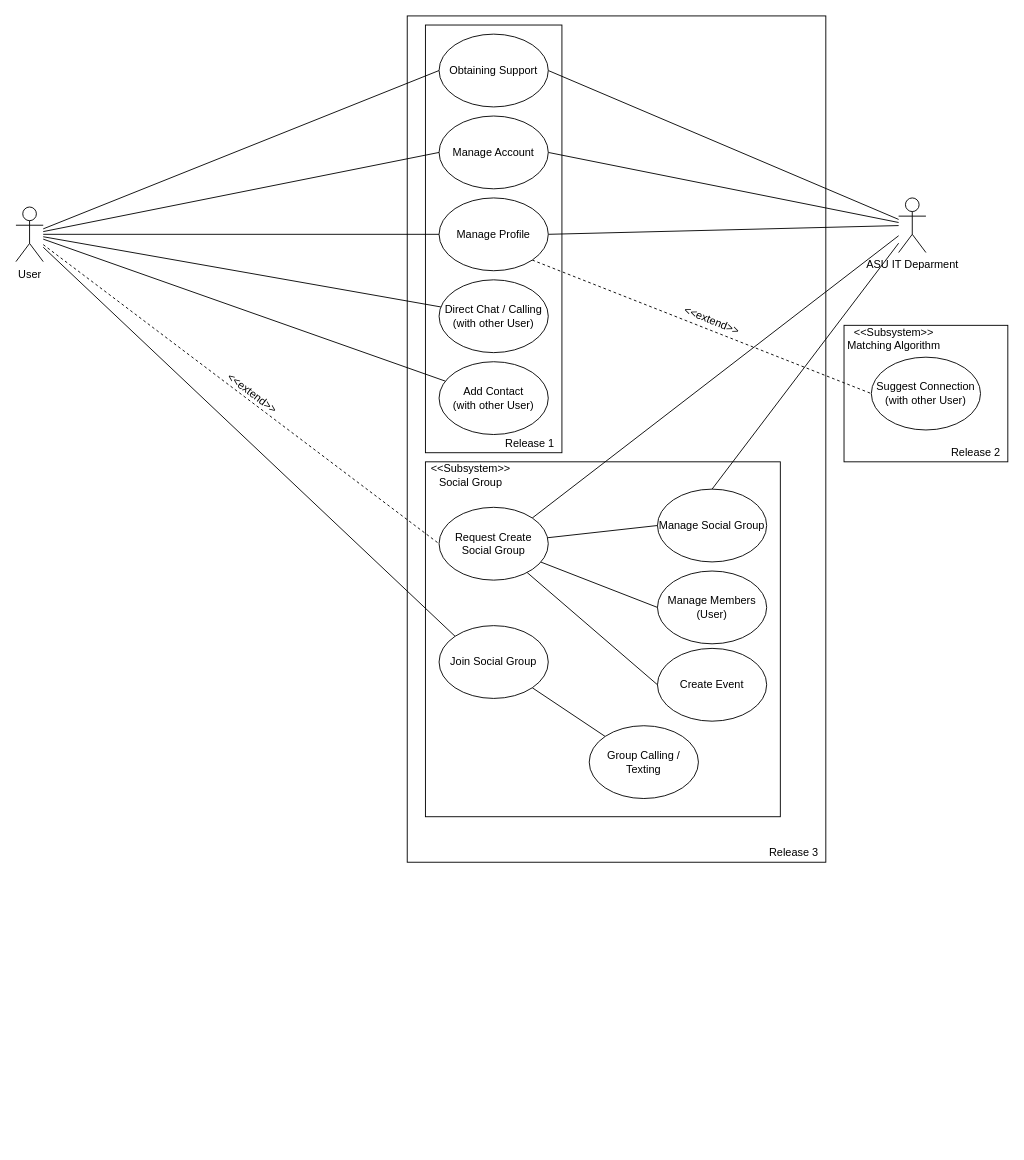
This is Social Platfomer UML Diagram.drawio from TimeBandit2k/SixFeetPlease, a draw.io file, before an edit. Source tidied: cells renumbered, new cells numbered last; positions are measured from the earlier drawing's top-left corner, leaving out a move shared by most shapes. Both pictures are drawn from the tidied source at 91%, with x=0, y=0 at pixel (15, 15).
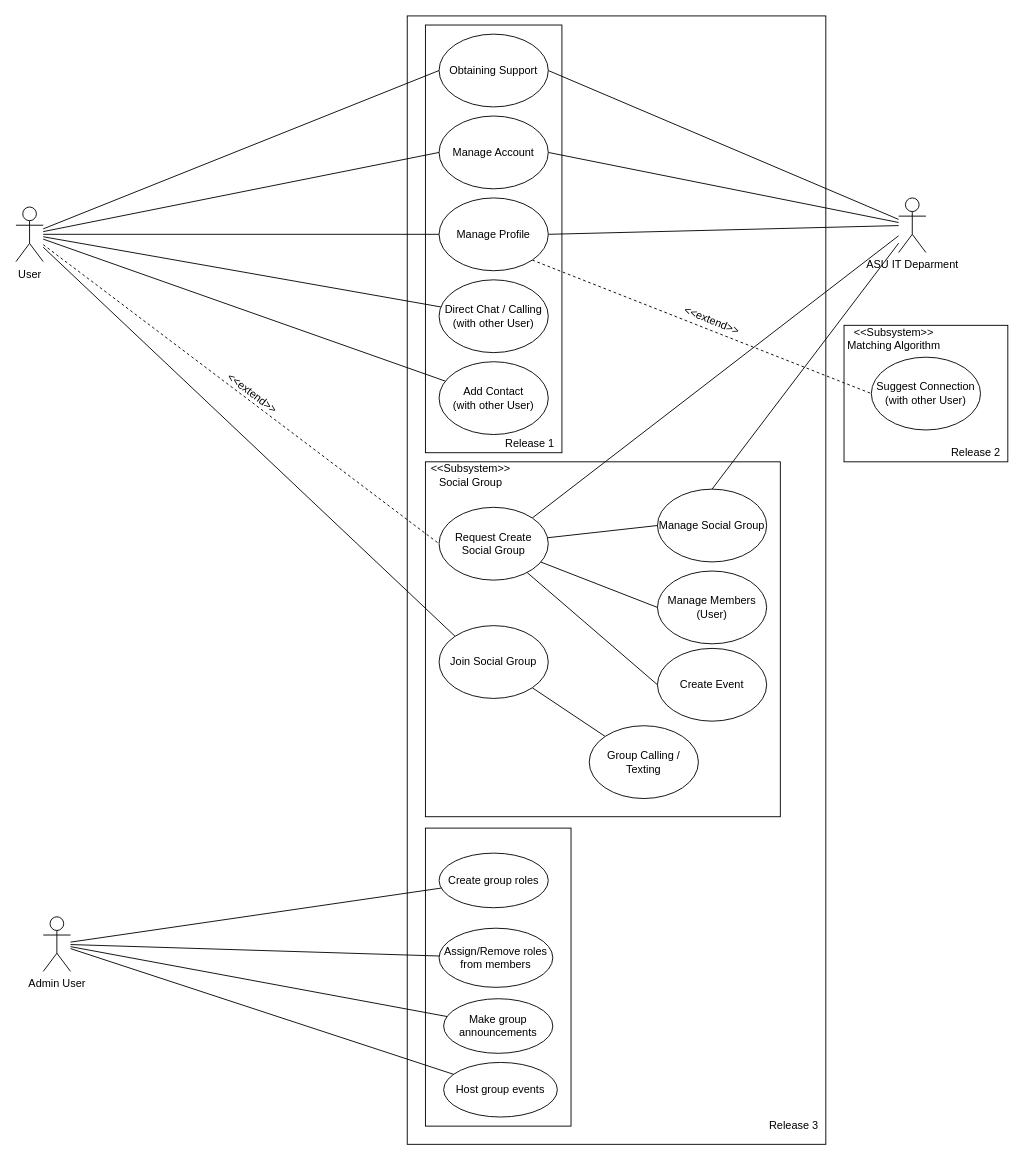
The same diagram, later.

What changed in the source:
```diff
@@
     <mxCell id="2" style="whiteSpace=wrap;html=1;" parent="1" vertex="1">
-      <mxGeometry x="430" width="460" height="930" as="geometry" />
+      <mxGeometry x="430" width="460" height="1240" as="geometry" />
     </mxCell>
@@
     <mxCell id="35" value="Release 3" style="text;html=1;strokeColor=none;fillColor=none;align=center;verticalAlign=middle;whiteSpace=wrap;rounded=0;" parent="1" vertex="1">
-      <mxGeometry x="820" y="910" width="70" height="20" as="geometry" />
+      <mxGeometry x="820" y="1210" width="70" height="20" as="geometry" />
     </mxCell>
@@
+    <mxCell id="44" style="edgeStyle=orthogonalEdgeStyle;rounded=0;orthogonalLoop=1;jettySize=auto;html=1;exitX=0.5;exitY=1;exitDx=0;exitDy=0;" parent="1" edge="1" source="35" target="35">
+      <mxGeometry relative="1" as="geometry" />
+    </mxCell>
+    <mxCell id="45" value="Admin User" style="shape=umlActor;verticalLabelPosition=bottom;verticalAlign=top;html=1;" parent="1" vertex="1">
+      <mxGeometry x="30" y="990" width="30" height="60" as="geometry" />
+    </mxCell>
+    <mxCell id="46" style="html=1;" parent="1" vertex="1">
+      <mxGeometry x="450" y="892.5" width="160" height="327.5" as="geometry" />
+    </mxCell>
+    <mxCell id="47" value="Create group roles" style="ellipse;whiteSpace=wrap;html=1;" parent="1" vertex="1">
+      <mxGeometry x="465" y="920" width="120" height="60" as="geometry" />
+    </mxCell>
+    <mxCell id="48" style="endArrow=none;html=1;" parent="1" edge="1" source="45" target="47">
+      <mxGeometry relative="1" as="geometry" />
+    </mxCell>
+    <mxCell id="49" value="Assign/Remove roles from members" style="ellipse;whiteSpace=wrap;html=1;" parent="1" vertex="1">
+      <mxGeometry x="465" y="1002.5" width="125" height="65" as="geometry" />
+    </mxCell>
+    <mxCell id="50" style="endArrow=none;html=1;" parent="1" edge="1" source="45" target="49">
+      <mxGeometry relative="1" as="geometry" />
+    </mxCell>
+    <mxCell id="51" value="Make group announcements" style="ellipse;whiteSpace=wrap;html=1;" parent="1" vertex="1">
+      <mxGeometry x="470" y="1080" width="120" height="60" as="geometry" />
+    </mxCell>
+    <mxCell id="52" style="endArrow=none;html=1;" parent="1" edge="1" source="45" target="51">
+      <mxGeometry relative="1" as="geometry" />
+    </mxCell>
+    <mxCell id="53" value="Host group events" style="ellipse;whiteSpace=wrap;html=1;" parent="1" vertex="1">
+      <mxGeometry x="470" y="1150" width="125" height="60" as="geometry" />
+    </mxCell>
+    <mxCell id="54" style="endArrow=none;html=1;" parent="1" edge="1" source="45" target="53">
+      <mxGeometry relative="1" as="geometry" />
+    </mxCell>
```
